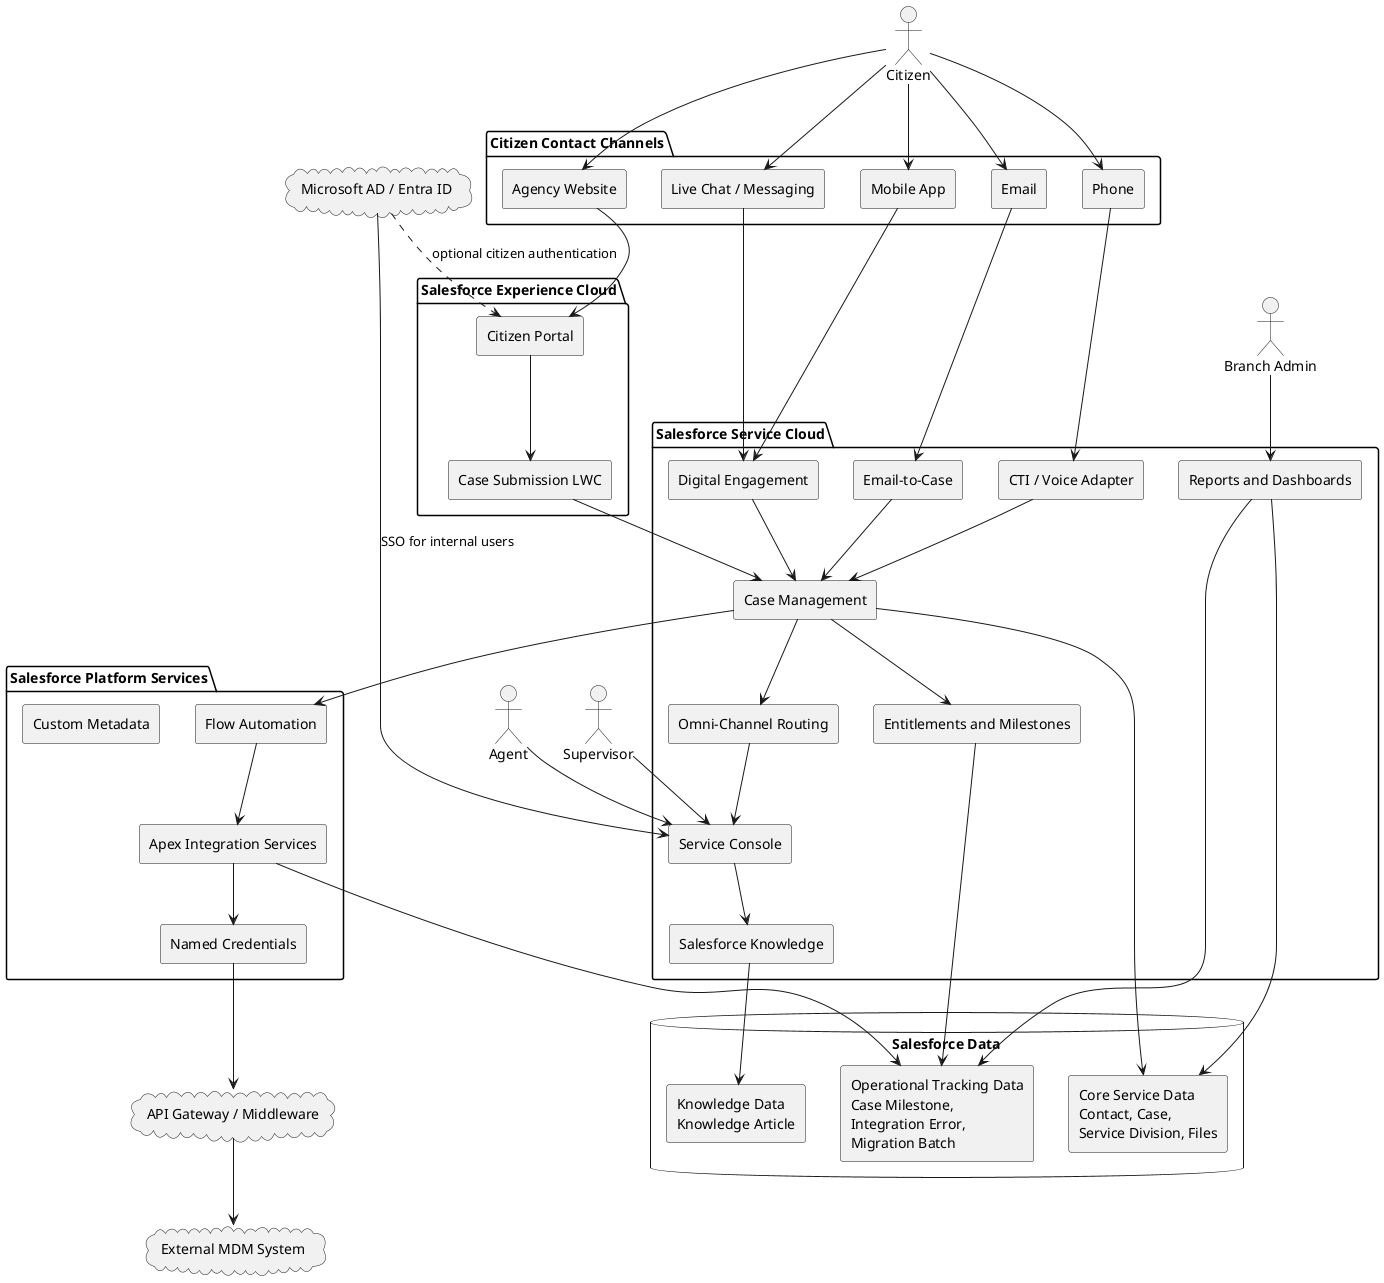
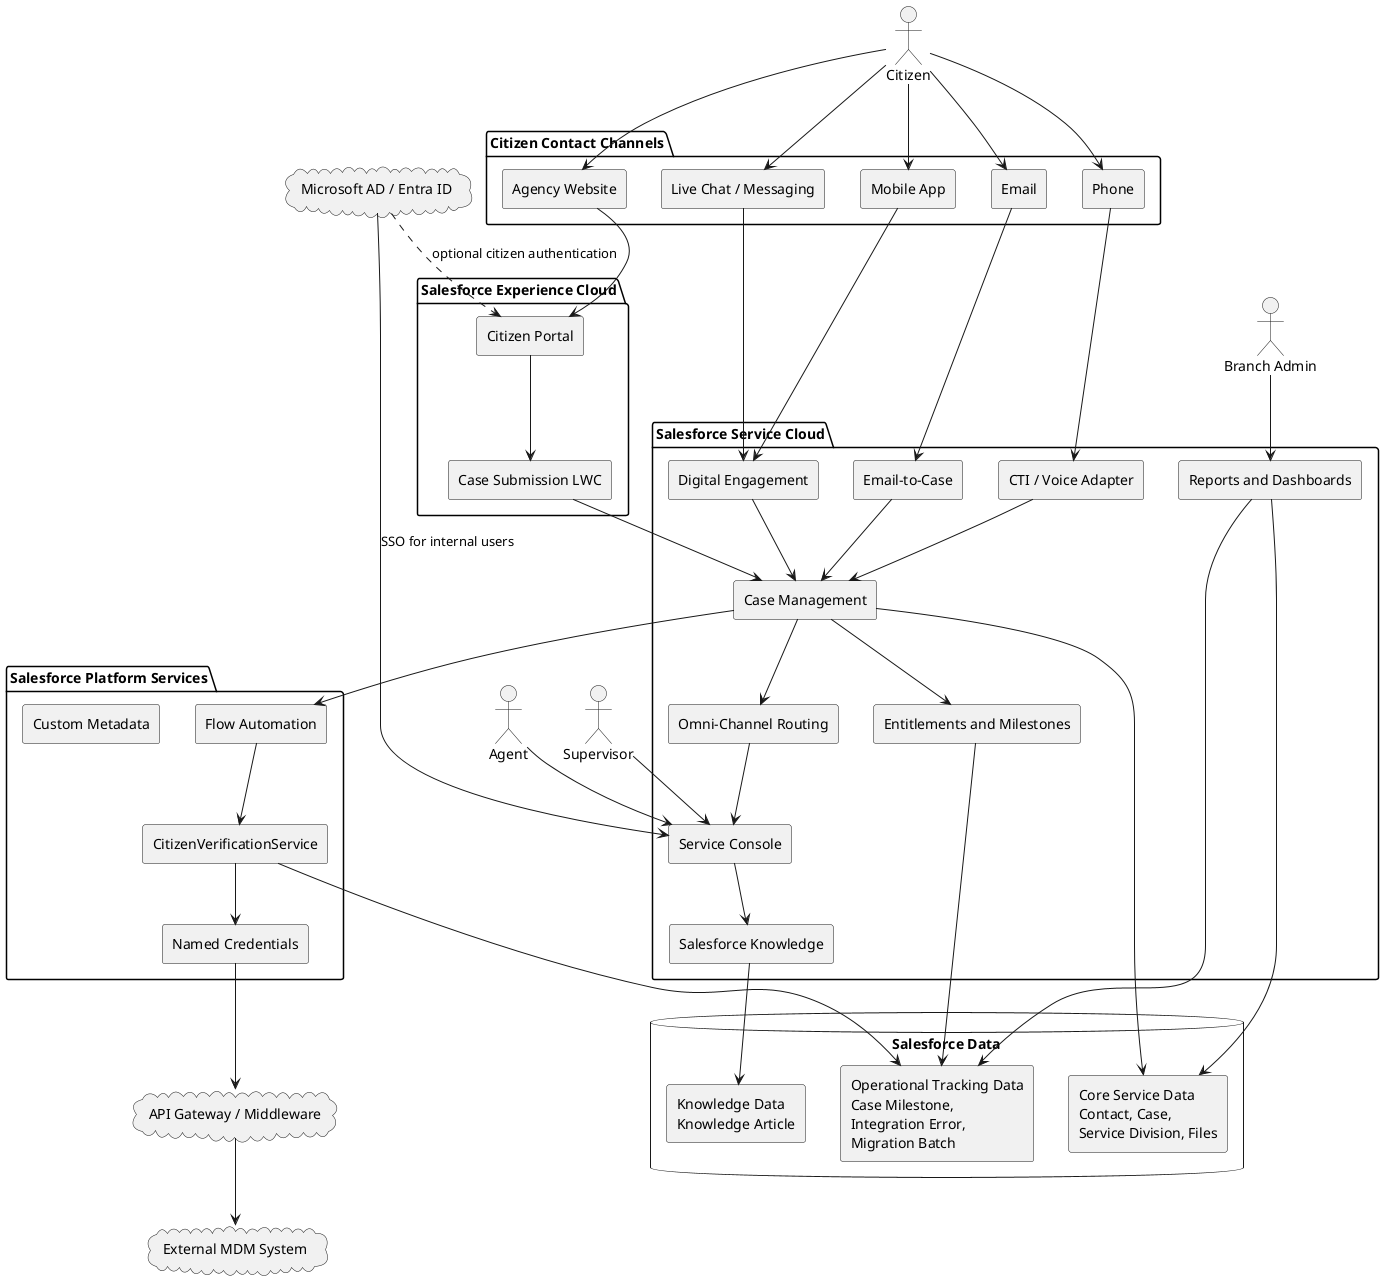
@startuml
skinparam componentStyle rectangle

actor Citizen
actor "Branch Admin" as BranchAdmin
actor Supervisor
actor Agent

cloud "Microsoft AD / Entra ID" as AAD
cloud "External MDM System" as MDM
cloud "API Gateway / Middleware" as Gateway

package "Citizen Contact Channels" {
  [Agency Website]
  [Mobile App]
  [Email]
  [Phone]
  [Live Chat / Messaging]
}

package "Salesforce Experience Cloud" {
  [Citizen Portal]
  [Case Submission LWC]
}

package "Salesforce Service Cloud" {
  [Service Console]
  [Case Management]
  [Omni-Channel Routing]
  [Email-to-Case]
  [Digital Engagement]
  [CTI / Voice Adapter]
  [Salesforce Knowledge]
  [Entitlements and Milestones]
  [Reports and Dashboards]
}

package "Salesforce Platform Services" {
  [Flow Automation]
-   [Apex Integration Services]
+   [CitizenVerificationService]
  [Named Credentials]
  [Custom Metadata]
}

database "Salesforce Data" {
  [Core Service Data\nContact, Case,\nService Division, Files] as CoreServiceData
  [Knowledge Data\nKnowledge Article] as KnowledgeData
  [Operational Tracking Data\nCase Milestone,\nIntegration Error,\nMigration Batch] as OperationalTrackingData
}

Citizen --> [Agency Website]
Citizen --> [Mobile App]
Citizen --> [Email]
Citizen --> [Phone]
Citizen --> [Live Chat / Messaging]

[Agency Website] --> [Citizen Portal]
[Citizen Portal] --> [Case Submission LWC]
[Case Submission LWC] --> [Case Management]
[Email] --> [Email-to-Case]
[Phone] --> [CTI / Voice Adapter]
[Mobile App] --> [Digital Engagement]
[Live Chat / Messaging] --> [Digital Engagement]
[Email-to-Case] --> [Case Management]
[CTI / Voice Adapter] --> [Case Management]
[Digital Engagement] --> [Case Management]

[Case Management] --> [Omni-Channel Routing]
[Omni-Channel Routing] --> [Service Console]
Agent --> [Service Console]
Supervisor --> [Service Console]
BranchAdmin --> [Reports and Dashboards]

[Service Console] --> [Salesforce Knowledge]
[Case Management] --> [Entitlements and Milestones]
[Case Management] --> [Flow Automation]
- [Flow Automation] --> [Apex Integration Services]
- [Apex Integration Services] --> [Named Credentials]
+ [Flow Automation] --> [CitizenVerificationService]
+ [CitizenVerificationService] --> [Named Credentials]
[Named Credentials] --> Gateway
Gateway --> MDM

[Case Management] --> CoreServiceData
[Salesforce Knowledge] --> KnowledgeData
[Entitlements and Milestones] --> OperationalTrackingData
- [Apex Integration Services] --> OperationalTrackingData
+ [CitizenVerificationService] --> OperationalTrackingData
[Reports and Dashboards] --> CoreServiceData
[Reports and Dashboards] --> OperationalTrackingData

AAD --> [Service Console] : SSO for internal users
AAD ..> [Citizen Portal] : optional citizen authentication

@enduml
